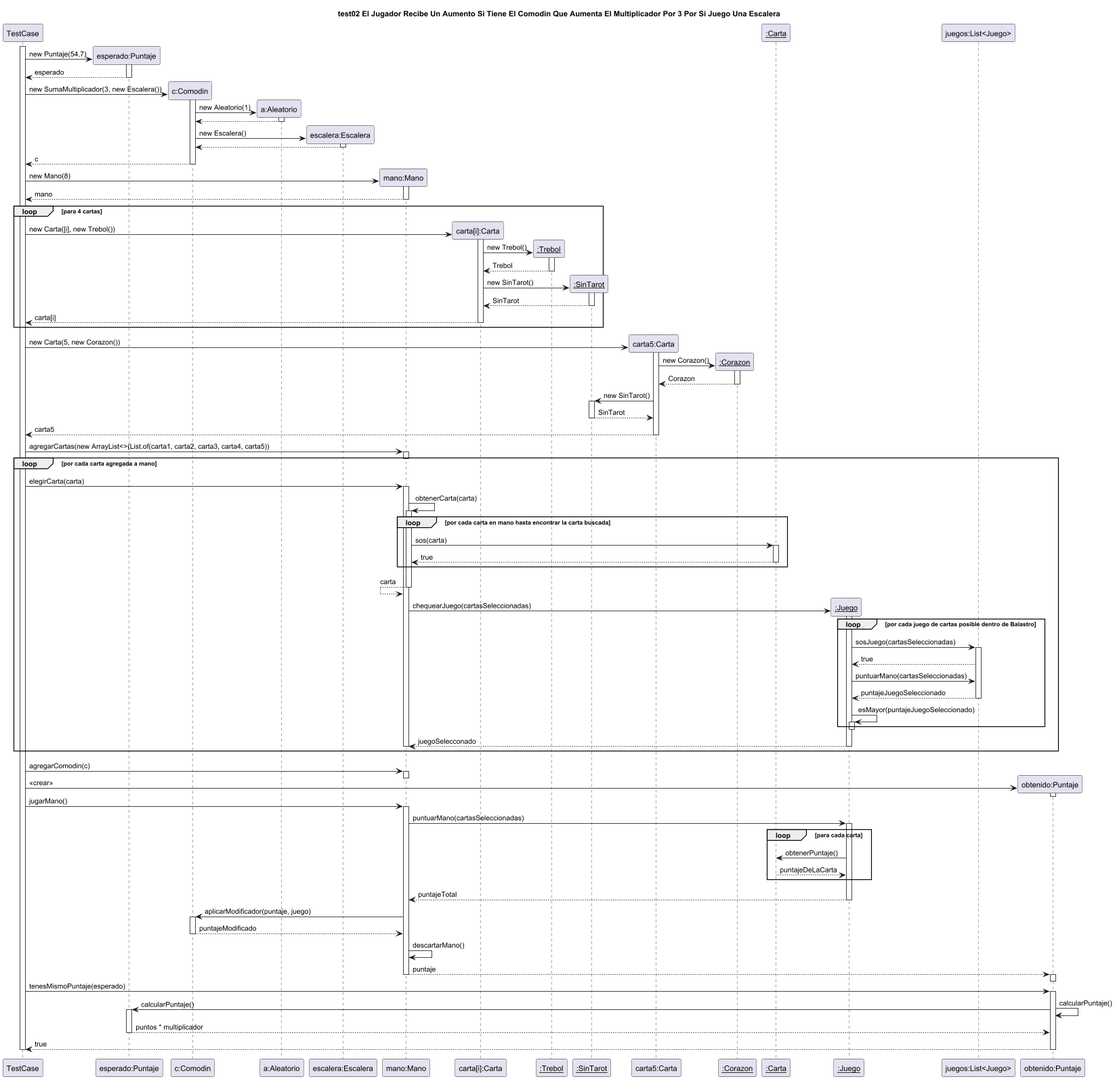
Earlier version of the PlantUML export diagrams/sequences/casoDeUso2.png (facukresta/g06-tp2-2c-2024). The source it was exported from:
```plantuml
@startuml casoDeUso2
title "test02 El Jugador Recibe Un Aumento Si Tiene El Comodin Que Aumenta El Multiplicador Por 3 Por Si Juego Una Escalera"
!pragma teoz true

participant "TestCase" as TestCase

activate TestCase

TestCase -> "esperado:Puntaje" as esperado **: new Puntaje(54,7)
activate esperado
TestCase <-- esperado : esperado
deactivate esperado

TestCase -> "c:Comodin" as comodin **: new SumaMultiplicador(3, new Escalera())

activate comodin
comodin -> "a:Aleatorio" as aleatorio **: new Aleatorio(1)
activate aleatorio
comodin <-- aleatorio
deactivate aleatorio
comodin -> "escalera:Escalera" as escalera ** : new Escalera()
activate escalera
comodin <-- escalera
deactivate escalera
TestCase <-- comodin : c
deactivate comodin

TestCase -> "mano:Mano" as mano **: new Mano(8)
activate mano
TestCase <-- mano : mano
deactivate mano

loop para 4 cartas
TestCase -> "carta[i]:Carta" as carta1 **: new Carta([i], new Trebol())
activate carta1
carta1 -> "__:Trebol__" as trebol **: new Trebol()
activate trebol
carta1 <-- trebol : Trebol
deactivate trebol
carta1 -> "__:SinTarot__" as sinTarot **: new SinTarot()
activate sinTarot
carta1 <-- sinTarot : SinTarot
deactivate sinTarot
TestCase <-- carta1 : carta[i]
deactivate carta1
end

TestCase -> "carta5:Carta" as carta5 **: new Carta(5, new Corazon())
activate carta5
carta5 -> "__:Corazon__" as corazon **: new Corazon()
activate corazon
carta5 <-- corazon : Corazon
deactivate corazon
carta5 -> sinTarot : new SinTarot()
activate sinTarot
carta5 <-- sinTarot : SinTarot
deactivate sinTarot
TestCase <-- carta5 : carta5
deactivate carta5

TestCase -> mano : agregarCartas(new ArrayList<>(List.of(carta1, carta2, carta3, carta4, carta5))
activate mano
deactivate mano

loop por cada carta agregada a mano
TestCase -> mano : elegirCarta(carta)
activate mano
mano -> mano : obtenerCarta(carta)
activate mano
loop por cada carta en mano hasta encontrar la carta buscada
mano -> "__:Carta__" as instanciaCarta : sos(carta)
activate instanciaCarta
instanciaCarta --> mano : true
deactivate instanciaCarta
end
mano <-- mano : carta
deactivate mano
mano -> "__:Juego__" as juego **: chequearJuego(cartasSeleccionadas)
activate juego
loop por cada juego de cartas posible dentro de Balastro
juego -> "juegos:List<Juego>" as juegos : sosJuego(cartasSeleccionadas)
activate juegos
juegos --> juego : true
juego -> juegos : puntuarMano(cartasSeleccionadas)
juego <-- juegos : puntajeJuegoSeleccionado
deactivate juegos
juego -> juego : esMayor(puntajeJuegoSeleccionado)

activate juego
deactivate juego
end
mano <-- juego : juegoSelecconado
deactivate instanciaCarta
deactivate juego
deactivate mano
end

TestCase -> mano : agregarComodin(c)
activate mano
deactivate mano


TestCase -> "obtenido:Puntaje" as obtenido **: <<crear>>
activate obtenido
deactivate obtenido

TestCase -> mano : jugarMano()
activate mano
mano -> juego : puntuarMano(cartasSeleccionadas)
activate juego
loop para cada carta
juego -> instanciaCarta : obtenerPuntaje()
juego <--instanciaCarta : puntajeDeLaCarta
end
mano <-- juego : puntajeTotal
deactivate juego
mano -> comodin : aplicarModificador(puntaje, juego)
activate comodin
comodin --> mano : puntajeModificado
deactivate comodin
mano -> mano : descartarMano()
obtenido <-- mano : puntaje
activate obtenido
deactivate obtenido
deactivate mano

obtenido <- TestCase : tenesMismoPuntaje(esperado)
activate obtenido
obtenido -> obtenido : calcularPuntaje()
 & obtenido -> esperado : calcularPuntaje()
activate esperado
esperado --> obtenido : puntos * multiplicador
deactivate esperado
obtenido --> TestCase: true
deactivate obtenido

deactivate TestCase

@enduml
```
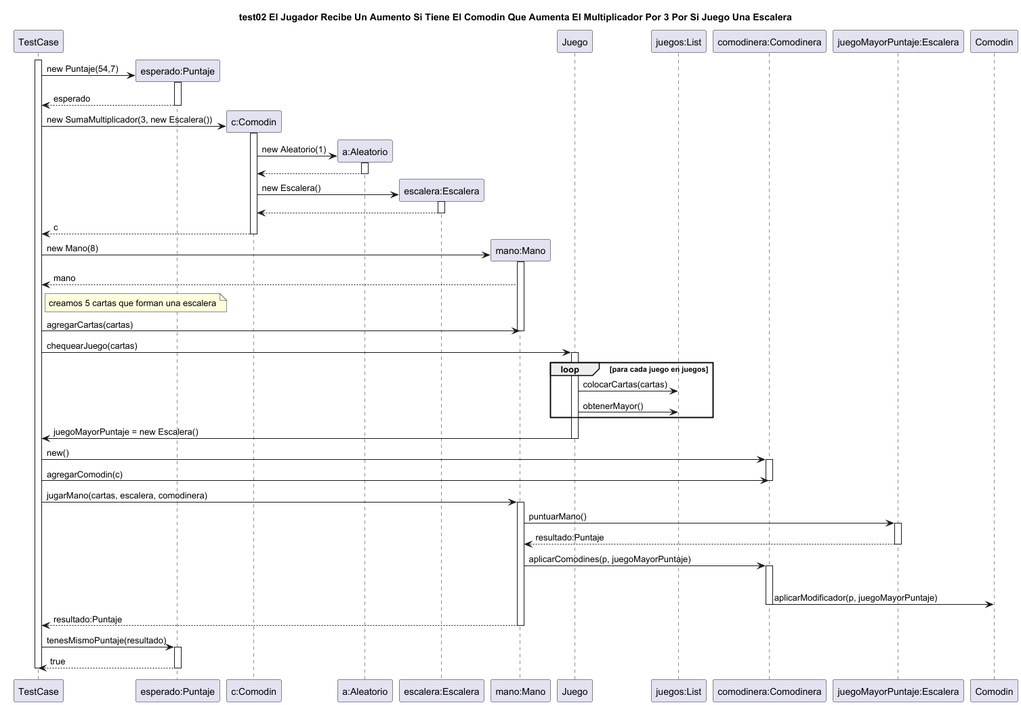
Above is the later version.

What changed in the source:
```diff
@@ -1,6 +1,6 @@
 @startuml casoDeUso2
 title "test02 El Jugador Recibe Un Aumento Si Tiene El Comodin Que Aumenta El Multiplicador Por 3 Por Si Juego Una Escalera"
-!pragma teoz true
+
 
 participant "TestCase" as TestCase
 
@@ -28,111 +28,46 @@
 TestCase -> "mano:Mano" as mano **: new Mano(8)
 activate mano
 TestCase <-- mano : mano
+note right of TestCase: creamos 5 cartas que forman una escalera
+TestCase -> mano : agregarCartas(cartas)
 deactivate mano
 
-loop para 4 cartas
-TestCase -> "carta[i]:Carta" as carta1 **: new Carta([i], new Trebol())
-activate carta1
-carta1 -> "__:Trebol__" as trebol **: new Trebol()
-activate trebol
-carta1 <-- trebol : Trebol
-deactivate trebol
-carta1 -> "__:SinTarot__" as sinTarot **: new SinTarot()
-activate sinTarot
-carta1 <-- sinTarot : SinTarot
-deactivate sinTarot
-TestCase <-- carta1 : carta[i]
-deactivate carta1
+TestCase -> "Juego" as juego : chequearJuego(cartas)
+activate juego
+loop para cada juego en juegos
+juego -> "juegos:List" as juegos : colocarCartas(cartas)
+juego -> juegos: obtenerMayor()
 end
 
-TestCase -> "carta5:Carta" as carta5 **: new Carta(5, new Corazon())
-activate carta5
-carta5 -> "__:Corazon__" as corazon **: new Corazon()
-activate corazon
-carta5 <-- corazon : Corazon
-deactivate corazon
-carta5 -> sinTarot : new SinTarot()
-activate sinTarot
-carta5 <-- sinTarot : SinTarot
-deactivate sinTarot
-TestCase <-- carta5 : carta5
-deactivate carta5
+TestCase <- juego : juegoMayorPuntaje = new Escalera()
+deactivate juego
 
-TestCase -> mano : agregarCartas(new ArrayList<>(List.of(carta1, carta2, carta3, carta4, carta5))
+
+TestCase -> "comodinera:Comodinera" as comodinera : new()
+activate comodinera
+TestCase -> comodinera : agregarComodin(c)
+deactivate comodinera
+
+
+TestCase -> mano : jugarMano(cartas, escalera, comodinera)
 activate mano
+mano -> "juegoMayorPuntaje:Escalera" as mejor:  puntuarMano()
+
+activate mejor
+mano <-- mejor : resultado:Puntaje
+deactivate mejor
+mano -> comodinera : aplicarComodines(p, juegoMayorPuntaje)
+activate comodinera
+loop para cada comodin
+comodinera -> "Comodin" : aplicarModificador(p, juegoMayorPuntaje)
+deactivate comodinera
+TestCase <-- mano : resultado:Puntaje
 deactivate mano
 
-loop por cada carta agregada a mano
-TestCase -> mano : elegirCarta(carta)
-activate mano
-mano -> mano : obtenerCarta(carta)
-activate mano
-loop por cada carta en mano hasta encontrar la carta buscada
-mano -> "__:Carta__" as instanciaCarta : sos(carta)
-activate instanciaCarta
-instanciaCarta --> mano : true
-deactivate instanciaCarta
-end
-mano <-- mano : carta
-deactivate mano
-mano -> "__:Juego__" as juego **: chequearJuego(cartasSeleccionadas)
-activate juego
-loop por cada juego de cartas posible dentro de Balastro
-juego -> "juegos:List<Juego>" as juegos : sosJuego(cartasSeleccionadas)
-activate juegos
-juegos --> juego : true
-juego -> juegos : puntuarMano(cartasSeleccionadas)
-juego <-- juegos : puntajeJuegoSeleccionado
-deactivate juegos
-juego -> juego : esMayor(puntajeJuegoSeleccionado)
-
-activate juego
-deactivate juego
-end
-mano <-- juego : juegoSelecconado
-deactivate instanciaCarta
-deactivate juego
-deactivate mano
-end
-
-TestCase -> mano : agregarComodin(c)
-activate mano
-deactivate mano
-
-
-TestCase -> "obtenido:Puntaje" as obtenido **: <<crear>>
-activate obtenido
-deactivate obtenido
-
-TestCase -> mano : jugarMano()
-activate mano
-mano -> juego : puntuarMano(cartasSeleccionadas)
-activate juego
-loop para cada carta
-juego -> instanciaCarta : obtenerPuntaje()
-juego <--instanciaCarta : puntajeDeLaCarta
-end
-mano <-- juego : puntajeTotal
-deactivate juego
-mano -> comodin : aplicarModificador(puntaje, juego)
-activate comodin
-comodin --> mano : puntajeModificado
-deactivate comodin
-mano -> mano : descartarMano()
-obtenido <-- mano : puntaje
-activate obtenido
-deactivate obtenido
-deactivate mano
-
-obtenido <- TestCase : tenesMismoPuntaje(esperado)
-activate obtenido
-obtenido -> obtenido : calcularPuntaje()
- & obtenido -> esperado : calcularPuntaje()
+TestCase -> esperado : tenesMismoPuntaje(resultado)
 activate esperado
-esperado --> obtenido : puntos * multiplicador
+TestCase <-- esperado : true
 deactivate esperado
-obtenido --> TestCase: true
-deactivate obtenido
 
 deactivate TestCase
 
```
